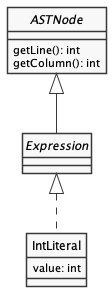
The PlantUML diagram docs/diagrams/Expressions.png in uo271288/dlp-compiler, before a commit. The source it was exported from:
```plantuml
@startuml Expressions
skinparam style strictuml
skinparam monochrome true


interface ASTNode {
    getLine(): int
    getColumn(): int
}

interface Expression

class IntLiteral {
    value: int
}

ASTNode <|-- Expression
Expression <|.. IntLiteral

@enduml
```
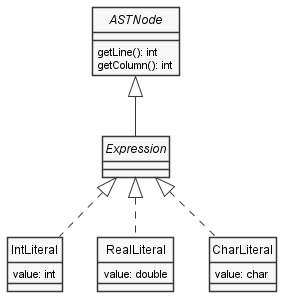
Later version of the same file.

Change to the diagram source:
```diff
@@ -14,7 +14,18 @@
     value: int
 }
 
+class RealLiteral {
+    value: double
+}
+
+class CharLiteral {
+    value: char
+}
+
 ASTNode <|-- Expression
 Expression <|.. IntLiteral
+Expression <|.. RealLiteral
+Expression <|.. CharLiteral
+
 
 @enduml
```
